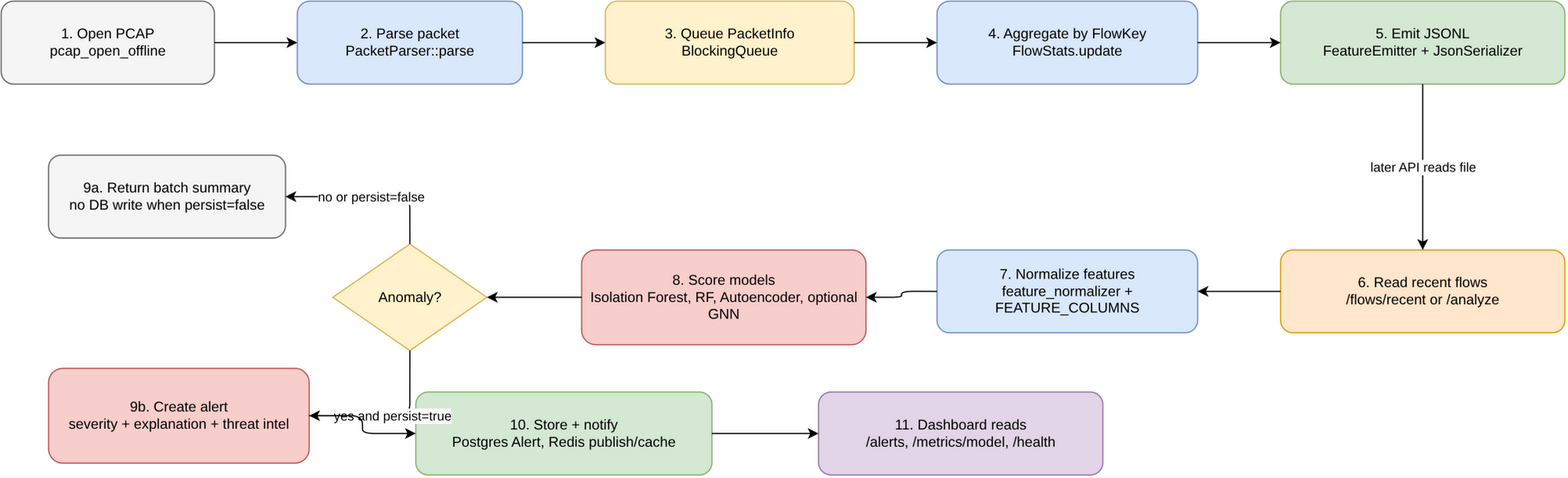
puneetdixit200/flowguard keeps this draw.io diagram as docs/diagrams/packet-to-alert-flow.drawio.png. Above is the earlier version. Source tidied: cells renumbered, new cells last; positions are measured from the earlier drawing's top-left corner, leaving out a move shared by most shapes. The source it was exported from:
```xml
<mxGraphModel>
  <root>
    <mxCell id="0" />
    <mxCell id="1" parent="0" />
    <mxCell id="2" value="1. Open PCAP&#10;pcap_open_offline" style="rounded=1;whiteSpace=wrap;html=1;fillColor=#f5f5f5;strokeColor=#666666;" parent="1" vertex="1">
      <mxGeometry width="180" height="70" as="geometry" />
    </mxCell>
    <mxCell id="3" value="2. Parse packet&#10;PacketParser::parse" style="rounded=1;whiteSpace=wrap;html=1;fillColor=#dae8fc;strokeColor=#6c8ebf;" parent="1" vertex="1">
      <mxGeometry x="250" width="190" height="70" as="geometry" />
    </mxCell>
    <mxCell id="4" value="3. Queue PacketInfo&#10;BlockingQueue&lt;PacketInfo&gt;" style="rounded=1;whiteSpace=wrap;html=1;fillColor=#fff2cc;strokeColor=#d6b656;" parent="1" vertex="1">
      <mxGeometry x="510" width="210" height="70" as="geometry" />
    </mxCell>
    <mxCell id="5" value="4. Aggregate by FlowKey&#10;FlowStats.update" style="rounded=1;whiteSpace=wrap;html=1;fillColor=#dae8fc;strokeColor=#6c8ebf;" parent="1" vertex="1">
      <mxGeometry x="790" width="220" height="70" as="geometry" />
    </mxCell>
    <mxCell id="6" value="5. Emit JSONL&#10;FeatureEmitter + JsonSerializer" style="rounded=1;whiteSpace=wrap;html=1;fillColor=#d5e8d4;strokeColor=#82b366;" parent="1" vertex="1">
      <mxGeometry x="1080" width="240" height="70" as="geometry" />
    </mxCell>
    <mxCell id="7" value="6. Read recent flows&#10;/flows/recent or /analyze" style="rounded=1;whiteSpace=wrap;html=1;fillColor=#ffe6cc;strokeColor=#d79b00;" parent="1" vertex="1">
      <mxGeometry x="1080" y="210" width="240" height="70" as="geometry" />
    </mxCell>
    <mxCell id="8" value="7. Normalize features&#10;feature_normalizer + FEATURE_COLUMNS" style="rounded=1;whiteSpace=wrap;html=1;fillColor=#dae8fc;strokeColor=#6c8ebf;" parent="1" vertex="1">
      <mxGeometry x="790" y="210" width="220" height="70" as="geometry" />
    </mxCell>
    <mxCell id="9" value="8. Score models&#10;Isolation Forest, RF, Autoencoder, optional GNN" style="rounded=1;whiteSpace=wrap;html=1;fillColor=#f8cecc;strokeColor=#b85450;" parent="1" vertex="1">
      <mxGeometry x="490" y="210" width="240" height="80" as="geometry" />
    </mxCell>
    <mxCell id="10" value="Anomaly?" style="rhombus;whiteSpace=wrap;html=1;fillColor=#fff2cc;strokeColor=#d6b656;" parent="1" vertex="1">
      <mxGeometry x="280" y="205" width="130" height="90" as="geometry" />
    </mxCell>
    <mxCell id="11" value="9a. Return batch summary&#10;no DB write when persist=false" style="rounded=1;whiteSpace=wrap;html=1;fillColor=#f5f5f5;strokeColor=#666666;" parent="1" vertex="1">
      <mxGeometry x="40" y="130" width="200" height="70" as="geometry" />
    </mxCell>
    <mxCell id="12" value="9b. Create alert&#10;severity + explanation + threat intel" style="rounded=1;whiteSpace=wrap;html=1;fillColor=#f8cecc;strokeColor=#b85450;" parent="1" vertex="1">
      <mxGeometry x="40" y="310" width="220" height="80" as="geometry" />
    </mxCell>
    <mxCell id="13" value="10. Store + notify&#10;Postgres Alert, Redis publish/cache" style="rounded=1;whiteSpace=wrap;html=1;fillColor=#d5e8d4;strokeColor=#82b366;" parent="1" vertex="1">
      <mxGeometry x="350" y="330" width="250" height="70" as="geometry" />
    </mxCell>
    <mxCell id="14" value="11. Dashboard reads&#10;/alerts, /metrics/model, /health" style="rounded=1;whiteSpace=wrap;html=1;fillColor=#e1d5e7;strokeColor=#9673a6;" parent="1" vertex="1">
      <mxGeometry x="690" y="330" width="240" height="70" as="geometry" />
    </mxCell>
    <mxCell id="15" style="edgeStyle=orthogonalEdgeStyle;rounded=1;jettySize=auto;html=1;exitX=1;exitY=0.5;entryX=0;entryY=0.5;" parent="1" edge="1" source="2" target="3">
      <mxGeometry relative="1" as="geometry" />
    </mxCell>
    <mxCell id="16" style="edgeStyle=orthogonalEdgeStyle;rounded=1;jettySize=auto;html=1;exitX=1;exitY=0.5;entryX=0;entryY=0.5;" parent="1" edge="1" source="3" target="4">
      <mxGeometry relative="1" as="geometry" />
    </mxCell>
    <mxCell id="17" style="edgeStyle=orthogonalEdgeStyle;rounded=1;jettySize=auto;html=1;exitX=1;exitY=0.5;entryX=0;entryY=0.5;" parent="1" edge="1" source="4" target="5">
      <mxGeometry relative="1" as="geometry" />
    </mxCell>
    <mxCell id="18" style="edgeStyle=orthogonalEdgeStyle;rounded=1;jettySize=auto;html=1;exitX=1;exitY=0.5;entryX=0;entryY=0.5;" parent="1" edge="1" source="5" target="6">
      <mxGeometry relative="1" as="geometry" />
    </mxCell>
    <mxCell id="19" value="later API reads file" style="edgeStyle=orthogonalEdgeStyle;rounded=1;jettySize=auto;html=1;exitX=0.5;exitY=1;entryX=0.5;entryY=0;" parent="1" edge="1" source="6" target="7">
      <mxGeometry relative="1" as="geometry" />
    </mxCell>
    <mxCell id="20" style="edgeStyle=orthogonalEdgeStyle;rounded=1;jettySize=auto;html=1;exitX=0;exitY=0.5;entryX=1;entryY=0.5;" parent="1" edge="1" source="7" target="8">
      <mxGeometry relative="1" as="geometry" />
    </mxCell>
    <mxCell id="21" style="edgeStyle=orthogonalEdgeStyle;rounded=1;jettySize=auto;html=1;exitX=0;exitY=0.5;entryX=1;entryY=0.5;" parent="1" edge="1" source="8" target="9">
      <mxGeometry relative="1" as="geometry" />
    </mxCell>
    <mxCell id="22" style="edgeStyle=orthogonalEdgeStyle;rounded=1;jettySize=auto;html=1;exitX=0;exitY=0.5;entryX=1;entryY=0.5;" parent="1" edge="1" source="9" target="10">
      <mxGeometry relative="1" as="geometry" />
    </mxCell>
    <mxCell id="23" value="no or persist=false" style="edgeStyle=orthogonalEdgeStyle;rounded=1;jettySize=auto;html=1;exitX=0.5;exitY=0;entryX=1;entryY=0.5;" parent="1" edge="1" source="10" target="11">
      <mxGeometry relative="1" as="geometry" />
    </mxCell>
    <mxCell id="24" value="yes and persist=true" style="edgeStyle=orthogonalEdgeStyle;rounded=1;jettySize=auto;html=1;exitX=0.5;exitY=1;entryX=1;entryY=0.5;" parent="1" edge="1" source="10" target="12">
      <mxGeometry relative="1" as="geometry" />
    </mxCell>
    <mxCell id="25" style="edgeStyle=orthogonalEdgeStyle;rounded=1;jettySize=auto;html=1;exitX=1;exitY=0.5;entryX=0;entryY=0.5;" parent="1" edge="1" source="12" target="13">
      <mxGeometry relative="1" as="geometry" />
    </mxCell>
    <mxCell id="26" style="edgeStyle=orthogonalEdgeStyle;rounded=1;jettySize=auto;html=1;exitX=1;exitY=0.5;entryX=0;entryY=0.5;" parent="1" edge="1" source="13" target="14">
      <mxGeometry relative="1" as="geometry" />
    </mxCell>
  </root>
</mxGraphModel>
```
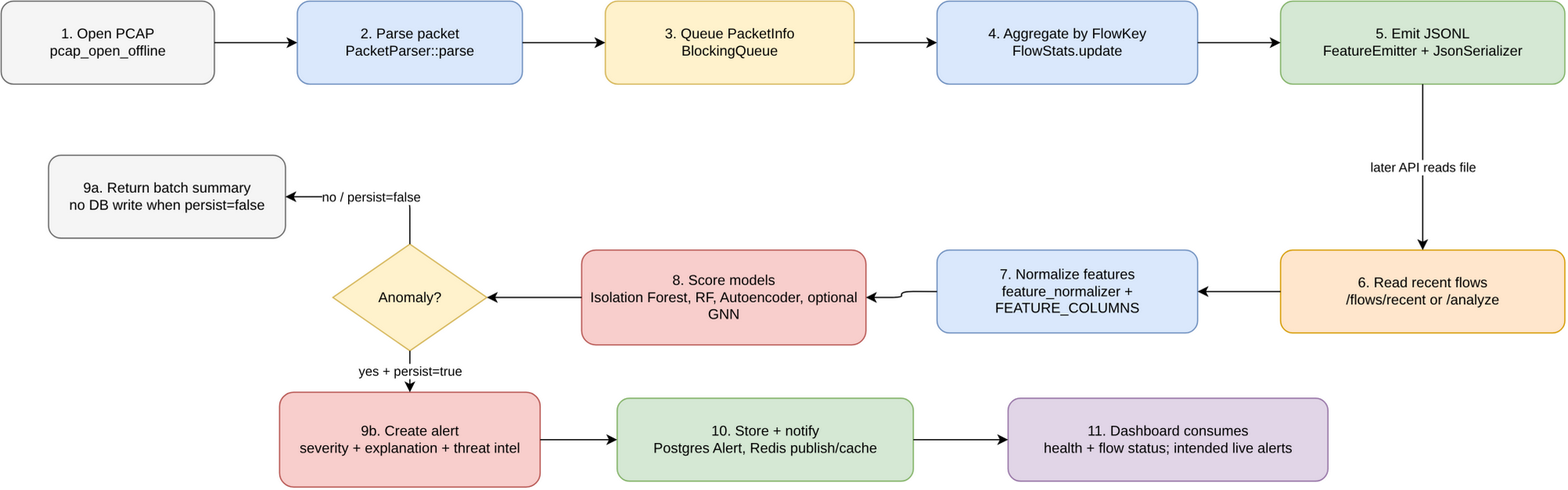
After the change.

What changed in the source:
```diff
@@ -33,13 +33,13 @@
       <mxGeometry x="40" y="130" width="200" height="70" as="geometry" />
     </mxCell>
     <mxCell id="12" value="9b. Create alert&#10;severity + explanation + threat intel" style="rounded=1;whiteSpace=wrap;html=1;fillColor=#f8cecc;strokeColor=#b85450;" parent="1" vertex="1">
-      <mxGeometry x="40" y="310" width="220" height="80" as="geometry" />
+      <mxGeometry x="235" y="330" width="220" height="80" as="geometry" />
     </mxCell>
     <mxCell id="13" value="10. Store + notify&#10;Postgres Alert, Redis publish/cache" style="rounded=1;whiteSpace=wrap;html=1;fillColor=#d5e8d4;strokeColor=#82b366;" parent="1" vertex="1">
-      <mxGeometry x="350" y="330" width="250" height="70" as="geometry" />
+      <mxGeometry x="520" y="335" width="250" height="70" as="geometry" />
     </mxCell>
-    <mxCell id="14" value="11. Dashboard reads&#10;/alerts, /metrics/model, /health" style="rounded=1;whiteSpace=wrap;html=1;fillColor=#e1d5e7;strokeColor=#9673a6;" parent="1" vertex="1">
-      <mxGeometry x="690" y="330" width="240" height="70" as="geometry" />
+    <mxCell id="14" value="11. Dashboard consumes&#10;health + flow status; intended live alerts" style="rounded=1;whiteSpace=wrap;html=1;fillColor=#e1d5e7;strokeColor=#9673a6;" parent="1" vertex="1">
+      <mxGeometry x="850" y="335" width="270" height="70" as="geometry" />
     </mxCell>
     <mxCell id="15" style="edgeStyle=orthogonalEdgeStyle;rounded=1;jettySize=auto;html=1;exitX=1;exitY=0.5;entryX=0;entryY=0.5;" parent="1" edge="1" source="2" target="3">
       <mxGeometry relative="1" as="geometry" />
@@ -65,10 +65,10 @@
     <mxCell id="22" style="edgeStyle=orthogonalEdgeStyle;rounded=1;jettySize=auto;html=1;exitX=0;exitY=0.5;entryX=1;entryY=0.5;" parent="1" edge="1" source="9" target="10">
       <mxGeometry relative="1" as="geometry" />
     </mxCell>
-    <mxCell id="23" value="no or persist=false" style="edgeStyle=orthogonalEdgeStyle;rounded=1;jettySize=auto;html=1;exitX=0.5;exitY=0;entryX=1;entryY=0.5;" parent="1" edge="1" source="10" target="11">
+    <mxCell id="23" value="no / persist=false" style="edgeStyle=orthogonalEdgeStyle;rounded=1;jettySize=auto;html=1;labelBackgroundColor=#ffffff;exitX=0.5;exitY=0;entryX=1;entryY=0.5;" parent="1" edge="1" source="10" target="11">
       <mxGeometry relative="1" as="geometry" />
     </mxCell>
-    <mxCell id="24" value="yes and persist=true" style="edgeStyle=orthogonalEdgeStyle;rounded=1;jettySize=auto;html=1;exitX=0.5;exitY=1;entryX=1;entryY=0.5;" parent="1" edge="1" source="10" target="12">
+    <mxCell id="24" value="yes + persist=true" style="edgeStyle=orthogonalEdgeStyle;rounded=1;jettySize=auto;html=1;labelBackgroundColor=#ffffff;exitX=0.5;exitY=1;entryX=0.5;entryY=0;" parent="1" edge="1" source="10" target="12">
       <mxGeometry relative="1" as="geometry" />
     </mxCell>
     <mxCell id="25" style="edgeStyle=orthogonalEdgeStyle;rounded=1;jettySize=auto;html=1;exitX=1;exitY=0.5;entryX=0;entryY=0.5;" parent="1" edge="1" source="12" target="13">
```
